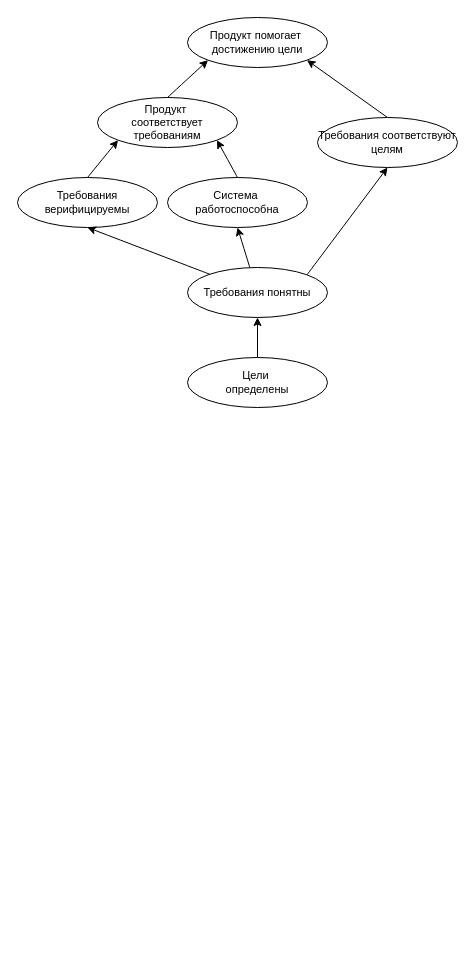
Earlier version of the draw.io diagram conditions.drawio (chaetal/why-test-first). Source tidied: cells renumbered, new cells numbered last; positions are measured from the earlier drawing's top-left corner, leaving out a move shared by most shapes. Both pictures are drawn from the tidied source at 100%, with x=0, y=0 at pixel (17, 17).
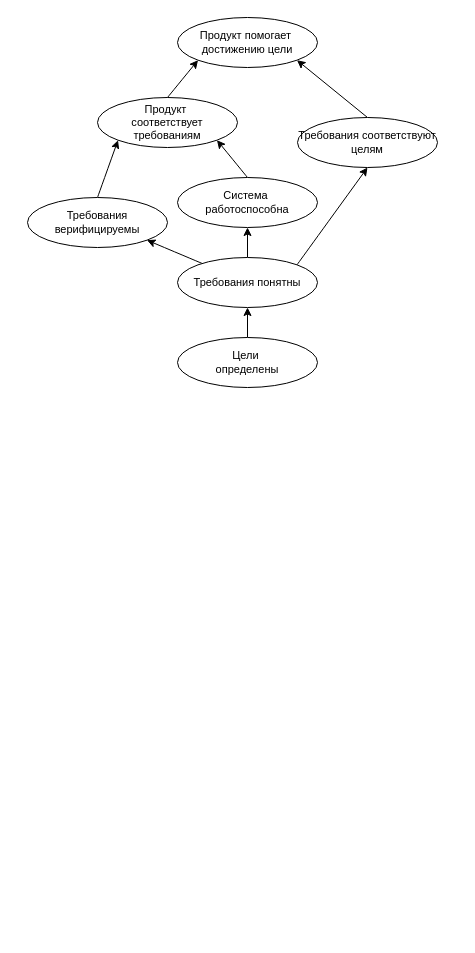
The same page after the edit.

What changed in the source:
```diff
@@
 <mxGraphModel>
   <root>
     <mxCell id="0" />
     <mxCell id="1" parent="0" />
     <mxCell id="2" value="Продукт&amp;nbsp;&lt;div style=&quot;font-size: 11px;&quot;&gt;соответствует требованиям&lt;/div&gt;" style="ellipse;whiteSpace=wrap;html=1;fontSize=11;" parent="1" vertex="1">
       <mxGeometry x="80" y="80" width="140" height="50" as="geometry" />
     </mxCell>
     <mxCell id="3" style="rounded=0;jettySize=auto;html=1;entryX=1;entryY=1;entryDx=0;entryDy=0;curved=0;exitX=0.5;exitY=0;exitDx=0;exitDy=0;" parent="1" edge="1" source="4" target="9">
       <mxGeometry relative="1" as="geometry" />
     </mxCell>
     <mxCell id="4" value="Требования соответствуют целям" style="ellipse;whiteSpace=wrap;html=1;fontSize=11;" parent="1" vertex="1">
-      <mxGeometry x="300" y="100" width="140" height="50" as="geometry" />
+      <mxGeometry x="280" y="100" width="140" height="50" as="geometry" />
     </mxCell>
     <mxCell id="5" style="rounded=0;jettySize=auto;html=1;fontSize=11;curved=1;entryX=1;entryY=1;entryDx=0;entryDy=0;exitX=0.5;exitY=0;exitDx=0;exitDy=0;" parent="1" edge="1" source="13" target="2">
       <mxGeometry relative="1" as="geometry" />
     </mxCell>
     <mxCell id="6" style="rounded=0;jettySize=auto;html=1;exitX=0.5;exitY=0;exitDx=0;exitDy=0;entryX=0;entryY=1;entryDx=0;entryDy=0;fontSize=11;curved=1;" parent="1" edge="1" source="14" target="2">
       <mxGeometry relative="1" as="geometry" />
     </mxCell>
     <mxCell id="7" style="rounded=0;jettySize=auto;html=1;entryX=0.5;entryY=1;entryDx=0;entryDy=0;fontSize=11;" parent="1" edge="1" source="8" target="18">
       <mxGeometry relative="1" as="geometry" />
     </mxCell>
     <mxCell id="8" value="Цели&amp;nbsp;&lt;div style=&quot;font-size: 11px;&quot;&gt;&lt;span style=&quot;background-color: initial; font-size: 11px;&quot;&gt;определены&lt;/span&gt;&lt;/div&gt;" style="ellipse;whiteSpace=wrap;html=1;fontSize=11;" parent="1" vertex="1">
-      <mxGeometry x="170" y="340" width="140" height="50" as="geometry" />
+      <mxGeometry x="160" y="320" width="140" height="50" as="geometry" />
     </mxCell>
     <mxCell id="9" value="Продукт помогает&amp;nbsp;&lt;div style=&quot;font-size: 11px;&quot;&gt;достижению цели&lt;/div&gt;" style="ellipse;whiteSpace=wrap;html=1;fontSize=11;" parent="1" vertex="1">
-      <mxGeometry x="170" width="140" height="50" as="geometry" />
+      <mxGeometry x="160" width="140" height="50" as="geometry" />
     </mxCell>
     <mxCell id="10" style="endArrow=classic;html=1;rounded=0;exitX=0.5;exitY=0;exitDx=0;exitDy=0;entryX=0;entryY=1;entryDx=0;entryDy=0;fontSize=11;curved=1;" parent="1" edge="1" source="2" target="9">
       <mxGeometry relative="1" as="geometry" />
     </mxCell>
     <mxCell id="11" value="&lt;div&gt;&lt;br&gt;&lt;/div&gt;&lt;div&gt;&lt;br&gt;&lt;/div&gt;" style="edgeLabel;html=1;align=center;verticalAlign=middle;" parent="10" vertex="1">
       <mxGeometry y="2" relative="1" as="geometry" />
     </mxCell>
     <mxCell id="12" style="edgeStyle=orthogonalEdgeStyle;rounded=0;orthogonalLoop=1;jettySize=auto;html=1;exitX=0.5;exitY=1;exitDx=0;exitDy=0;fontSize=11;" parent="1" edge="1">
       <mxGeometry relative="1" as="geometry">
         <mxPoint x="130" y="910" as="sourcePoint" />
         <mxPoint x="130" y="910" as="targetPoint" />
       </mxGeometry>
     </mxCell>
     <mxCell id="13" value="Система&amp;nbsp;&lt;div&gt;работоспособна&lt;/div&gt;" style="ellipse;whiteSpace=wrap;html=1;fontSize=11;" parent="1" vertex="1">
-      <mxGeometry x="150" y="160" width="140" height="50" as="geometry" />
+      <mxGeometry x="160" y="160" width="140" height="50" as="geometry" />
     </mxCell>
     <mxCell id="14" value="Требования верифицируемы" style="ellipse;whiteSpace=wrap;html=1;fontSize=11;" parent="1" vertex="1">
-      <mxGeometry y="160" width="140" height="50" as="geometry" />
+      <mxGeometry x="10" y="180" width="140" height="50" as="geometry" />
     </mxCell>
-    <mxCell id="15" style="rounded=0;jettySize=auto;html=1;entryX=0.5;entryY=1;entryDx=0;entryDy=0;curved=1;" parent="1" edge="1" source="18" target="13">
-      <mxGeometry relative="1" as="geometry" />
-    </mxCell>
-    <mxCell id="16" style="rounded=0;jettySize=auto;html=1;entryX=0.5;entryY=1;entryDx=0;entryDy=0;curved=1;" parent="1" edge="1" source="18" target="14">
+    <mxCell id="16" style="rounded=0;jettySize=auto;html=1;entryX=1;entryY=1;entryDx=0;entryDy=0;curved=1;" parent="1" edge="1" source="18" target="14">
       <mxGeometry relative="1" as="geometry" />
     </mxCell>
     <mxCell id="17" style="rounded=0;jettySize=auto;html=1;exitX=1;exitY=0;exitDx=0;exitDy=0;curved=1;entryX=0.5;entryY=1;entryDx=0;entryDy=0;" parent="1" edge="1" source="18" target="4">
       <mxGeometry relative="1" as="geometry" />
     </mxCell>
+    <mxCell id="15" style="rounded=0;jettySize=auto;html=1;entryX=0.5;entryY=1;entryDx=0;entryDy=0;" parent="1" edge="1" source="18" target="13">
+      <mxGeometry relative="1" as="geometry" />
+    </mxCell>
     <mxCell id="18" value="Требования понятны" style="ellipse;whiteSpace=wrap;html=1;fontSize=11;" parent="1" vertex="1">
-      <mxGeometry x="170" y="250" width="140" height="50" as="geometry" />
+      <mxGeometry x="160" y="240" width="140" height="50" as="geometry" />
     </mxCell>
   </root>
 </mxGraphModel>
```
